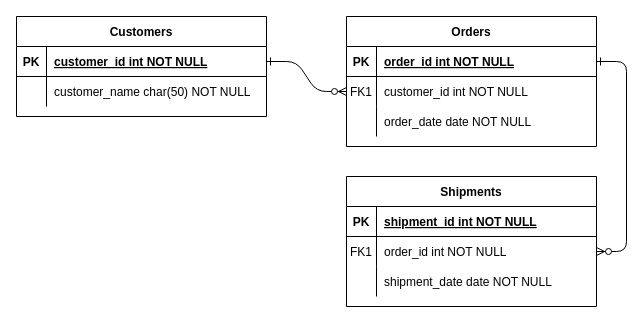
This is page "Page-1" (1 of 2) of Untitled Diagram.drawio from tiinasalmenius/testrepo, a draw.io file, before an edit. Source tidied: cells renumbered, new cells numbered last; positions are measured from the earlier drawing's top-left corner, leaving out a move shared by most shapes. Both pictures are drawn from the tidied source at 100%, with x=0, y=0 at pixel (16, 16).
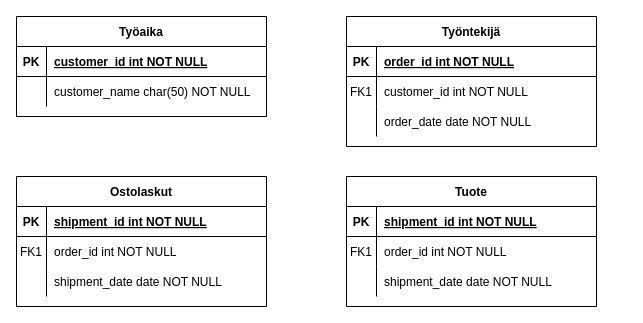
The same page after the edit.

Unchanged cells that the change refers to:
```xml
<mxCell id="5" style="shape=partialRectangle;fillColor=none;points=[[0,0.5],[1,0.5]];portConstraint=eastwest;top=0;left=0;right=0;bottom=1;" parent="4" vertex="1">
  <mxGeometry y="30" width="250" height="30" as="geometry" />
</mxCell>
<mxCell id="8" style="shape=partialRectangle;fillColor=none;points=[[0,0.5],[1,0.5]];portConstraint=eastwest;top=0;left=0;right=0;bottom=0;" parent="4" vertex="1">
  <mxGeometry y="60" width="250" height="30" as="geometry" />
</mxCell>
<mxCell id="18" style="shape=partialRectangle;fillColor=none;points=[[0,0.5],[1,0.5]];portConstraint=eastwest;top=0;left=0;right=0;bottom=0;" parent="14" vertex="1">
  <mxGeometry y="60" width="250" height="30" as="geometry" />
</mxCell>
<mxCell id="25" style="shape=partialRectangle;fillColor=none;points=[[0,0.5],[1,0.5]];portConstraint=eastwest;top=0;left=0;right=0;bottom=1;" parent="24" vertex="1">
  <mxGeometry y="30" width="250" height="30" as="geometry" />
</mxCell>
```

Change to the diagram source:
```diff
@@
-    <mxCell id="2" style="edgeStyle=entityRelationEdgeStyle;endArrow=ERzeroToMany;startArrow=ERone;endFill=1;startFill=0;" parent="1" edge="1" source="25" target="8">
-      <mxGeometry relative="1" as="geometry" />
-    </mxCell>
-    <mxCell id="3" style="edgeStyle=entityRelationEdgeStyle;endArrow=ERzeroToMany;startArrow=ERone;endFill=1;startFill=0;" parent="1" edge="1" source="5" target="18">
-      <mxGeometry relative="1" as="geometry" />
-    </mxCell>
-    <mxCell id="4" value="Orders" style="shape=table;startSize=30;childLayout=tableLayout;rowLines=0;fontStyle=1;align=center;" parent="1" vertex="1">
+    <mxCell id="4" value="Työntekijä" style="shape=table;startSize=30;childLayout=tableLayout;rowLines=0;fontStyle=1;align=center;" parent="1" vertex="1">
       <mxGeometry x="330" width="250" height="130" as="geometry" />
     </mxCell>
@@
-    <mxCell id="14" value="Shipments" style="shape=table;startSize=30;childLayout=tableLayout;rowLines=0;fontStyle=1;align=center;" parent="1" vertex="1">
+    <mxCell id="14" value="Tuote" style="shape=table;startSize=30;childLayout=tableLayout;rowLines=0;fontStyle=1;align=center;" parent="1" vertex="1">
       <mxGeometry x="330" y="160" width="250" height="130" as="geometry" />
     </mxCell>
@@
-    <mxCell id="24" value="Customers" style="shape=table;startSize=30;childLayout=tableLayout;rowLines=0;fontStyle=1;align=center;" parent="1" vertex="1">
+    <mxCell id="24" value="Työaika" style="shape=table;startSize=30;childLayout=tableLayout;rowLines=0;fontStyle=1;align=center;" parent="1" vertex="1">
       <mxGeometry width="250" height="100" as="geometry" />
     </mxCell>
@@
+    <mxCell id="31" value="Ostolaskut" style="shape=table;startSize=30;childLayout=tableLayout;rowLines=0;fontStyle=1;align=center;" parent="1" vertex="1">
+      <mxGeometry y="160" width="250" height="130" as="geometry" />
+    </mxCell>
+    <mxCell id="32" style="shape=partialRectangle;fillColor=none;top=0;left=0;right=0;bottom=1;" parent="31" vertex="1">
+      <mxGeometry y="30" width="250" height="30" as="geometry" />
+    </mxCell>
+    <mxCell id="33" value="PK" style="shape=partialRectangle;overflow=hidden;fillColor=none;top=0;left=0;bottom=0;right=0;fontStyle=1;" parent="32" vertex="1">
+      <mxGeometry width="30" height="30" as="geometry" />
+    </mxCell>
+    <mxCell id="34" value="shipment_id int NOT NULL " style="shape=partialRectangle;overflow=hidden;fillColor=none;top=0;left=0;bottom=0;right=0;align=left;spacingLeft=6;fontStyle=5;" parent="32" vertex="1">
+      <mxGeometry x="30" width="220" height="30" as="geometry" />
+    </mxCell>
+    <mxCell id="35" style="shape=partialRectangle;fillColor=none;top=0;left=0;right=0;bottom=0;" parent="31" vertex="1">
+      <mxGeometry y="60" width="250" height="30" as="geometry" />
+    </mxCell>
+    <mxCell id="36" value="FK1" style="shape=partialRectangle;overflow=hidden;fillColor=none;top=0;left=0;bottom=0;right=0;" parent="35" vertex="1">
+      <mxGeometry width="30" height="30" as="geometry" />
+    </mxCell>
+    <mxCell id="37" value="order_id int NOT NULL" style="shape=partialRectangle;overflow=hidden;fillColor=none;top=0;left=0;bottom=0;right=0;align=left;spacingLeft=6;" parent="35" vertex="1">
+      <mxGeometry x="30" width="220" height="30" as="geometry" />
+    </mxCell>
+    <mxCell id="38" style="shape=partialRectangle;fillColor=none;top=0;left=0;right=0;bottom=0;" parent="31" vertex="1">
+      <mxGeometry y="90" width="250" height="30" as="geometry" />
+    </mxCell>
+    <mxCell id="39" style="shape=partialRectangle;overflow=hidden;fillColor=none;top=0;left=0;bottom=0;right=0;" parent="38" vertex="1">
+      <mxGeometry width="30" height="30" as="geometry" />
+    </mxCell>
+    <mxCell id="40" value="shipment_date date NOT NULL" style="shape=partialRectangle;overflow=hidden;fillColor=none;top=0;left=0;bottom=0;right=0;align=left;spacingLeft=6;" parent="38" vertex="1">
+      <mxGeometry x="30" width="220" height="30" as="geometry" />
+    </mxCell>
```
